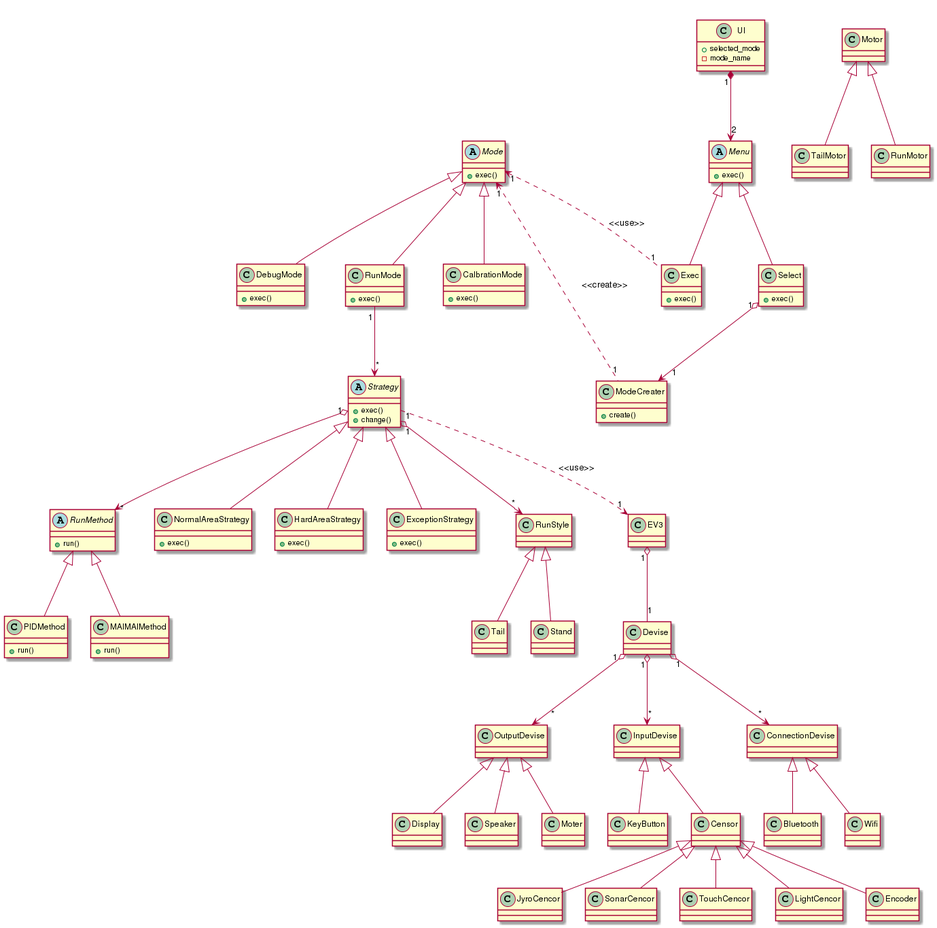
This is diagram/class/concept/class.png from SLP-KBIT/ETR2015, a PlantUML export, as it was before one commit.
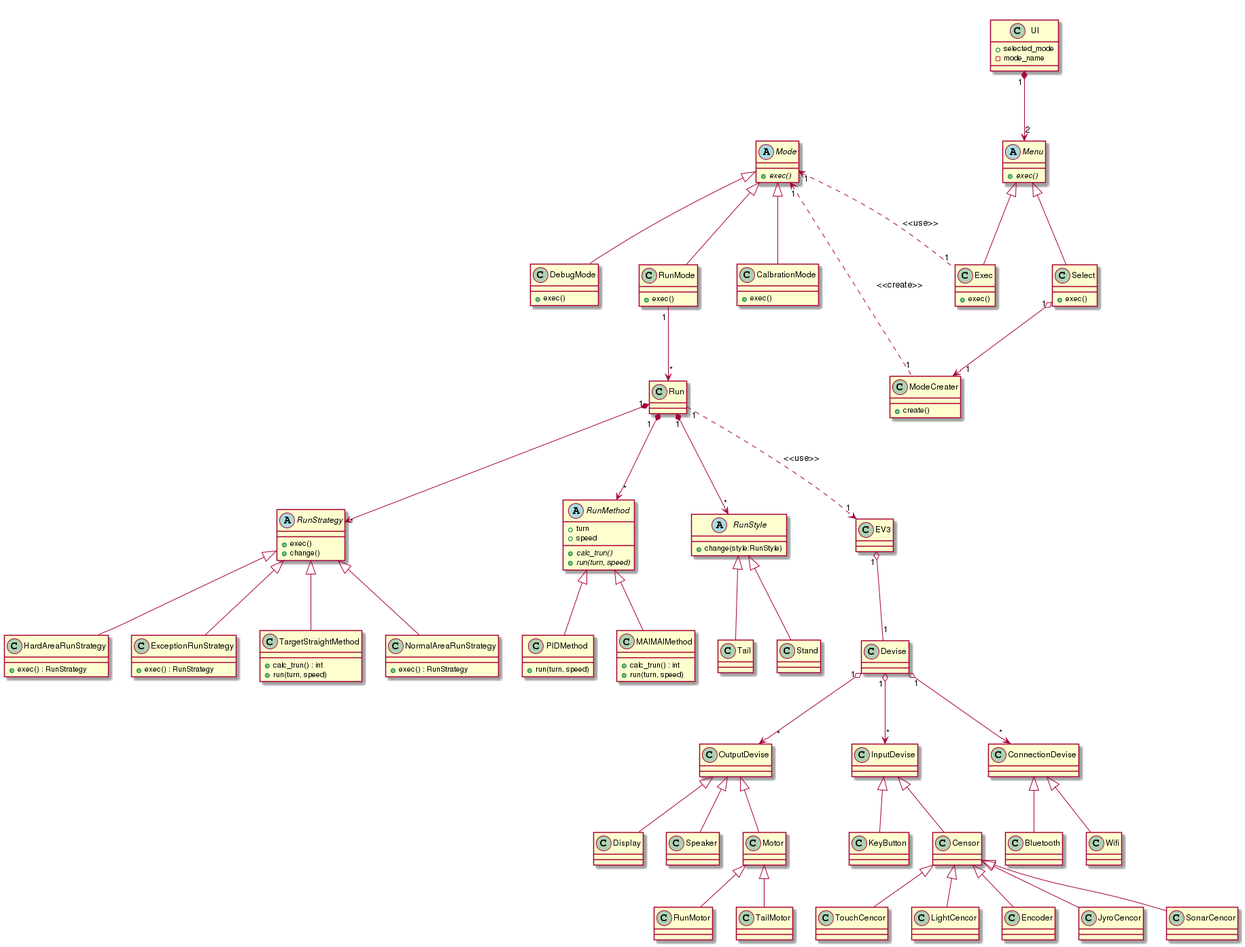
After the change.

Commit message:
(maxmellon:class:concept) :art: refs #15 edit to concept diagram of class

Change to the diagram source:
```diff
@@ -9,7 +9,7 @@
 }
 
 abstract Menu {
-  +exec()
+  +{abstract}exec()
 }
 
 class Select {
@@ -25,7 +25,7 @@
 }
 
 abstract Mode {
-  +exec()
+  +{abstract}exec()
 }
 
 class DebugMode {
@@ -50,55 +50,75 @@
 Mode <|-- DebugMode
 Mode <|-- CalbrationMode
 
-abstract Strategy {
+abstract RunStrategy {
   +exec()
   +change()
 }
 
-class NormalAreaStrategy {
-  +exec()
+class NormalAreaRunStrategy {
+  +exec() : RunStrategy
 }
 
-class HardAreaStrategy {
-  +exec()
+class HardAreaRunStrategy {
+  +exec() : RunStrategy
 }
 
-class ExceptionStrategy {
-  +exec()
+class ExceptionRunStrategy {
+  +exec() : RunStrategy
 }
 
-RunMode "1" --> "*" Strategy
-Strategy <|-- NormalAreaStrategy
-Strategy <|-- HardAreaStrategy
-Strategy <|-- ExceptionStrategy
+RunMode "1" --> "*" Run
+
+Run "1" *--> "*" RunMethod
+Run "1" *--> "*" RunStyle
+Run "1" *--> "*" RunStrategy
+
+RunStrategy <|-- NormalAreaRunStrategy
+RunStrategy <|-- HardAreaRunStrategy
+RunStrategy <|-- ExceptionRunStrategy
+RunStrategy <|-- TargetStraightMethod
+
+class Run {
+}
 
 abstract RunMethod {
-  +run()
+  +turn
+  +speed
+  +{abstract}calc_trun()
+  +{abstract}run(turn, speed)
 }
 
 class MAIMAIMethod {
-  +run()
+  +calc_trun() : int
+  +run(turn, speed)
+}
+
+class TargetStraightMethod {
+  +calc_trun() : int
+  +run(turn, speed)
 }
 
 class PIDMethod {
-  +run()
+  +run(turn, speed)
 }
 
-Strategy "1" o-right-> "*" RunMethod
 RunMethod <|-- MAIMAIMethod
 RunMethod <|-- PIDMethod
 
-Strategy "1" o-down-> "*" RunStyle
+abstract RunStyle {
+  +change(style:RunStyle)
+}
+
 RunStyle <|-- Stand
 RunStyle <|-- Tail
 
-Strategy "1"..> "1" EV3 : <<use>>
+Run "1"..> "1" EV3 : <<use>>
 EV3 "1" o-- "1" Devise
 Devise "1" o--> "*" OutputDevise
 Devise "1" o--> "*" InputDevise
 Devise "1" o--> "*" ConnectionDevise
 
-OutputDevise <|-- Moter
+OutputDevise <|-- Motor
 OutputDevise <|-- Display
 OutputDevise <|-- Speaker
 
```
